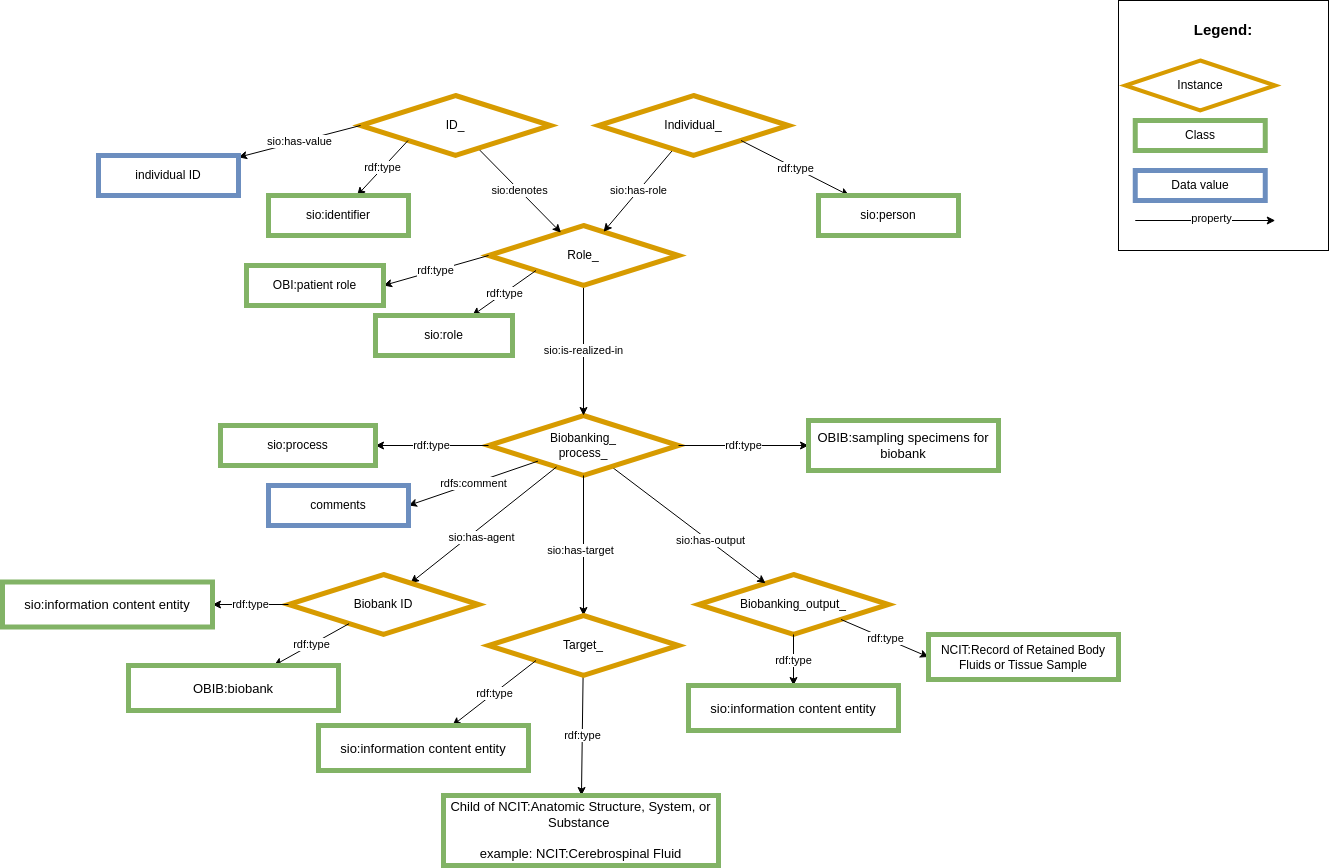
Before: images/CARE-SM-Biobank.png, a diagram exported from draw.io (CARE-SM/CARE-Semantic-Model). Source tidied: cells renumbered, new cells last; positions are measured from the earlier drawing's top-left corner, leaving out a move shared by most shapes.
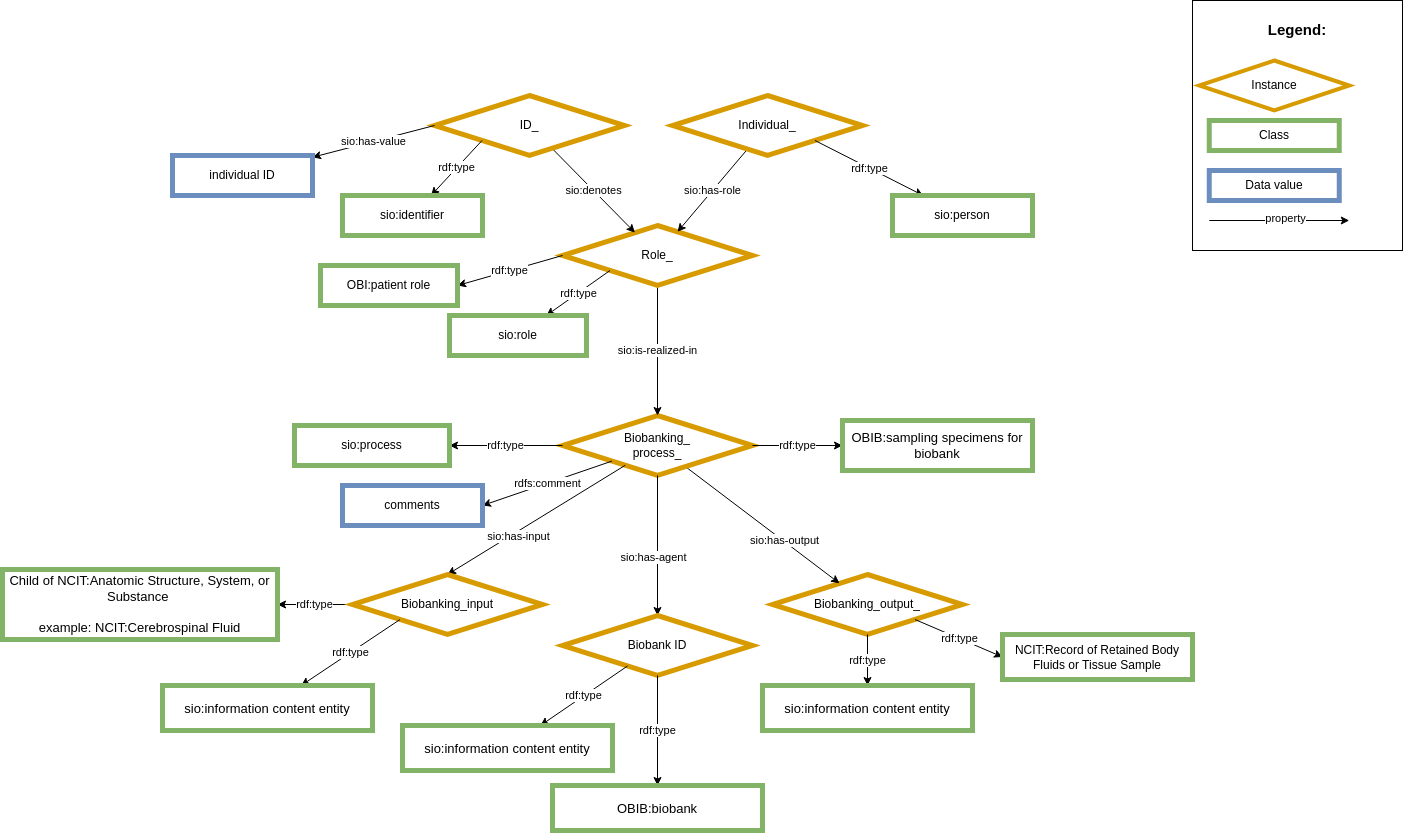
Later version of the same file.

Change to the diagram source:
```diff
@@ -69,17 +69,17 @@
     </mxCell>
     <mxCell id="23" value="sio:has-agent" style="edgeLabel;html=1;align=center;verticalAlign=middle;" parent="22" vertex="1">
       <mxGeometry x="-0.21" y="-1" relative="1" as="geometry">
-        <mxPoint x="-17" y="25" as="offset" />
+        <mxPoint x="-4" y="25" as="offset" />
       </mxGeometry>
     </mxCell>
     <mxCell id="24" value="Biobank ID" style="rhombus;whiteSpace=wrap;html=1;fillColor=#FFFFFF;strokeColor=#d79b00;strokeWidth=5;" parent="1" vertex="1">
-      <mxGeometry x="286" y="574" width="190" height="60" as="geometry" />
+      <mxGeometry x="486" y="615" width="190" height="60" as="geometry" />
     </mxCell>
     <mxCell id="25" value="rdf:type" style="edgeStyle=none;rounded=0;jettySize=auto;html=1;" parent="1" edge="1" source="24" target="26">
       <mxGeometry relative="1" as="geometry" />
     </mxCell>
     <mxCell id="26" value="&lt;font size=&quot;2&quot;&gt;sio:information content entity&lt;/font&gt;" style="whiteSpace=wrap;html=1;fillColor=#FFFFFF;strokeColor=#82b366;strokeWidth=5;" parent="1" vertex="1">
-      <mxGeometry y="581.5" width="210" height="45" as="geometry" />
+      <mxGeometry x="326" y="725" width="210" height="45" as="geometry" />
     </mxCell>
     <mxCell id="27" value="sio:has-value" style="rounded=0;jettySize=auto;html=1;exitX=0;exitY=0.5;exitDx=0;exitDy=0;" parent="1" edge="1" source="13" target="28">
       <mxGeometry relative="1" as="geometry" />
@@ -97,7 +97,7 @@
       <mxGeometry relative="1" as="geometry" />
     </mxCell>
     <mxCell id="32" value="&lt;font style=&quot;border-color: var(--border-color);&quot; size=&quot;2&quot;&gt;OBIB:&lt;/font&gt;&lt;font style=&quot;border-color: var(--border-color);&quot; size=&quot;2&quot;&gt;sampling specimens for biobank&lt;/font&gt;" style="whiteSpace=wrap;html=1;fillColor=#FFFFFF;strokeColor=#82b366;strokeWidth=5;" parent="1" vertex="1">
-      <mxGeometry x="806" y="420" width="190" height="50" as="geometry" />
+      <mxGeometry x="766" y="420" width="190" height="50" as="geometry" />
     </mxCell>
     <mxCell id="33" value="rdfs:comment" style="rounded=0;jettySize=auto;html=1;entryX=1;entryY=0.5;entryDx=0;entryDy=0;" parent="1" edge="1" source="5" target="34">
       <mxGeometry relative="1" as="geometry" />
@@ -115,7 +115,7 @@
       <mxGeometry relative="1" as="geometry" />
     </mxCell>
     <mxCell id="38" value="&lt;font size=&quot;2&quot;&gt;OBIB:biobank&lt;/font&gt;" style="whiteSpace=wrap;html=1;fillColor=#FFFFFF;strokeColor=#82b366;strokeWidth=5;" parent="1" vertex="1">
-      <mxGeometry x="126" y="665" width="210" height="45" as="geometry" />
+      <mxGeometry x="476" y="785" width="210" height="45" as="geometry" />
     </mxCell>
     <mxCell id="39" value="&lt;div style=&quot;text-align: left; font-size: 15px;&quot;&gt;&lt;span style=&quot;background-color: initial;&quot;&gt;&lt;b style=&quot;&quot;&gt;&lt;font style=&quot;font-size: 15px;&quot;&gt;Legend:&lt;/font&gt;&lt;/b&gt;&lt;/span&gt;&lt;/div&gt;&lt;div style=&quot;text-align: left; font-size: 15px;&quot;&gt;&lt;span style=&quot;background-color: initial;&quot;&gt;&lt;br&gt;&lt;/span&gt;&lt;/div&gt;&lt;div style=&quot;text-align: left;&quot;&gt;&lt;span style=&quot;background-color: initial;&quot;&gt;&lt;br&gt;&lt;/span&gt;&lt;/div&gt;&lt;div style=&quot;text-align: left;&quot;&gt;&lt;span style=&quot;background-color: initial;&quot;&gt;&lt;br&gt;&lt;/span&gt;&lt;/div&gt;&lt;div style=&quot;text-align: left;&quot;&gt;&lt;br&gt;&lt;/div&gt;&lt;div style=&quot;text-align: left;&quot;&gt;&lt;br&gt;&lt;/div&gt;&lt;div style=&quot;text-align: left;&quot;&gt;&lt;br&gt;&lt;/div&gt;&lt;div style=&quot;text-align: left;&quot;&gt;&lt;br&gt;&lt;/div&gt;&lt;div style=&quot;text-align: left;&quot;&gt;&lt;br&gt;&lt;/div&gt;&lt;div style=&quot;text-align: left;&quot;&gt;&lt;span style=&quot;background-color: initial;&quot;&gt;&lt;br&gt;&lt;/span&gt;&lt;/div&gt;&lt;div style=&quot;text-align: left;&quot;&gt;&lt;span style=&quot;background-color: initial;&quot;&gt;&lt;br&gt;&lt;/span&gt;&lt;/div&gt;&lt;div style=&quot;text-align: left;&quot;&gt;&lt;span style=&quot;background-color: initial;&quot;&gt;&lt;br&gt;&lt;/span&gt;&lt;/div&gt;&lt;div style=&quot;text-align: left;&quot;&gt;&lt;span style=&quot;background-color: initial;&quot;&gt;&lt;br&gt;&lt;/span&gt;&lt;/div&gt;&lt;div style=&quot;text-align: left;&quot;&gt;&lt;span style=&quot;background-color: initial;&quot;&gt;&lt;br&gt;&lt;/span&gt;&lt;/div&gt;" style="rounded=0;whiteSpace=wrap;html=1;" parent="1" vertex="1">
       <mxGeometry x="1116" width="210" height="250" as="geometry" />
@@ -139,24 +139,24 @@
       <mxGeometry relative="1" as="geometry" />
     </mxCell>
     <mxCell id="45" value="&lt;font style=&quot;font-size: 13px;&quot;&gt;&lt;font style=&quot;border-color: var(--border-color); font-size: 13px;&quot;&gt;Child of NCIT:&lt;/font&gt;Anatomic Structure, System, or Substance&amp;nbsp;&lt;br style=&quot;border-color: var(--border-color);&quot;&gt;&lt;br style=&quot;border-color: var(--border-color);&quot;&gt;example:&amp;nbsp;&lt;/font&gt;&lt;span style=&quot;background-color: initial; font-size: 13px;&quot;&gt;&lt;font style=&quot;font-size: 13px;&quot;&gt;NCIT:Cerebrospinal Fluid&lt;/font&gt;&lt;br&gt;&lt;/span&gt;" style="whiteSpace=wrap;html=1;fillColor=#FFFFFF;strokeColor=#82b366;strokeWidth=5;" parent="1" vertex="1">
-      <mxGeometry x="441" y="795" width="275" height="70" as="geometry" />
+      <mxGeometry x="-74" y="569" width="275" height="70" as="geometry" />
     </mxCell>
     <mxCell id="46" style="edgeStyle=none;rounded=0;jettySize=auto;html=1;entryX=0.5;entryY=0;entryDx=0;entryDy=0;" parent="1" edge="1" source="5" target="48">
       <mxGeometry relative="1" as="geometry" />
     </mxCell>
-    <mxCell id="47" value="sio:has-target" style="edgeLabel;html=1;align=center;verticalAlign=middle;" parent="46" vertex="1">
+    <mxCell id="47" value="sio:has-input" style="edgeLabel;html=1;align=center;verticalAlign=middle;" parent="46" vertex="1">
       <mxGeometry x="-0.21" y="-1" relative="1" as="geometry">
-        <mxPoint x="-3" y="18" as="offset" />
+        <mxPoint x="-36" y="28" as="offset" />
       </mxGeometry>
     </mxCell>
-    <mxCell id="48" value="Target_" style="rhombus;whiteSpace=wrap;html=1;fillColor=#FFFFFF;strokeColor=#d79b00;strokeWidth=5;" parent="1" vertex="1">
-      <mxGeometry x="486" y="615" width="190" height="60" as="geometry" />
+    <mxCell id="48" value="Biobanking_input" style="rhombus;whiteSpace=wrap;html=1;fillColor=#FFFFFF;strokeColor=#d79b00;strokeWidth=5;" parent="1" vertex="1">
+      <mxGeometry x="276" y="574" width="190" height="60" as="geometry" />
     </mxCell>
     <mxCell id="49" value="rdf:type" style="edgeStyle=none;rounded=0;jettySize=auto;html=1;exitX=0;exitY=1;exitDx=0;exitDy=0;" parent="1" edge="1" source="48" target="50">
       <mxGeometry relative="1" as="geometry" />
     </mxCell>
     <mxCell id="50" value="&lt;font size=&quot;2&quot;&gt;sio:information content entity&lt;/font&gt;" style="whiteSpace=wrap;html=1;fillColor=#FFFFFF;strokeColor=#82b366;strokeWidth=5;" parent="1" vertex="1">
-      <mxGeometry x="316" y="725" width="210" height="45" as="geometry" />
+      <mxGeometry x="86" y="685" width="210" height="45" as="geometry" />
     </mxCell>
   </root>
 </mxGraphModel>
```
